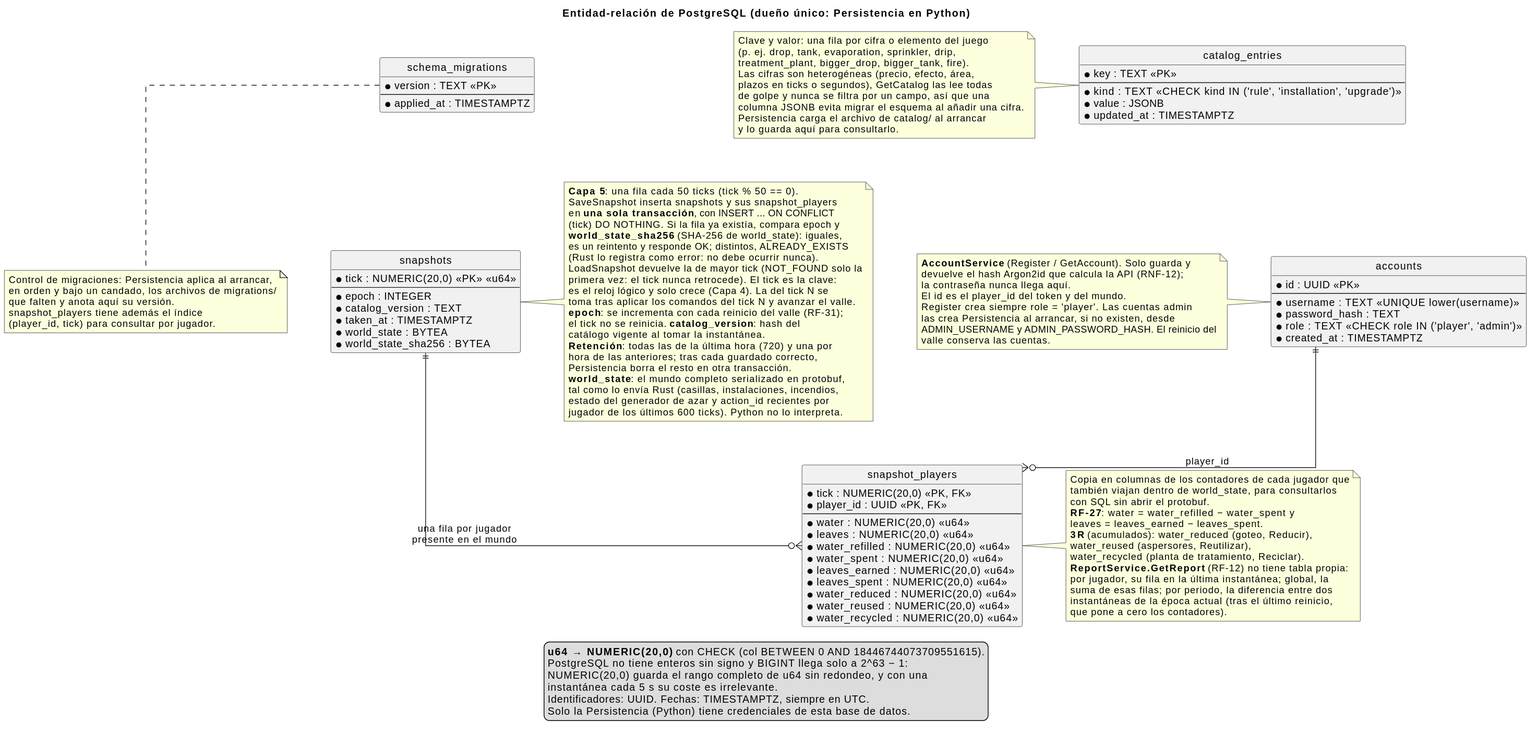
This is docs/diagrams/07-entidad-relacion.svg from iadev2005/hydrovalley, a PlantUML export, as it was before one commit.
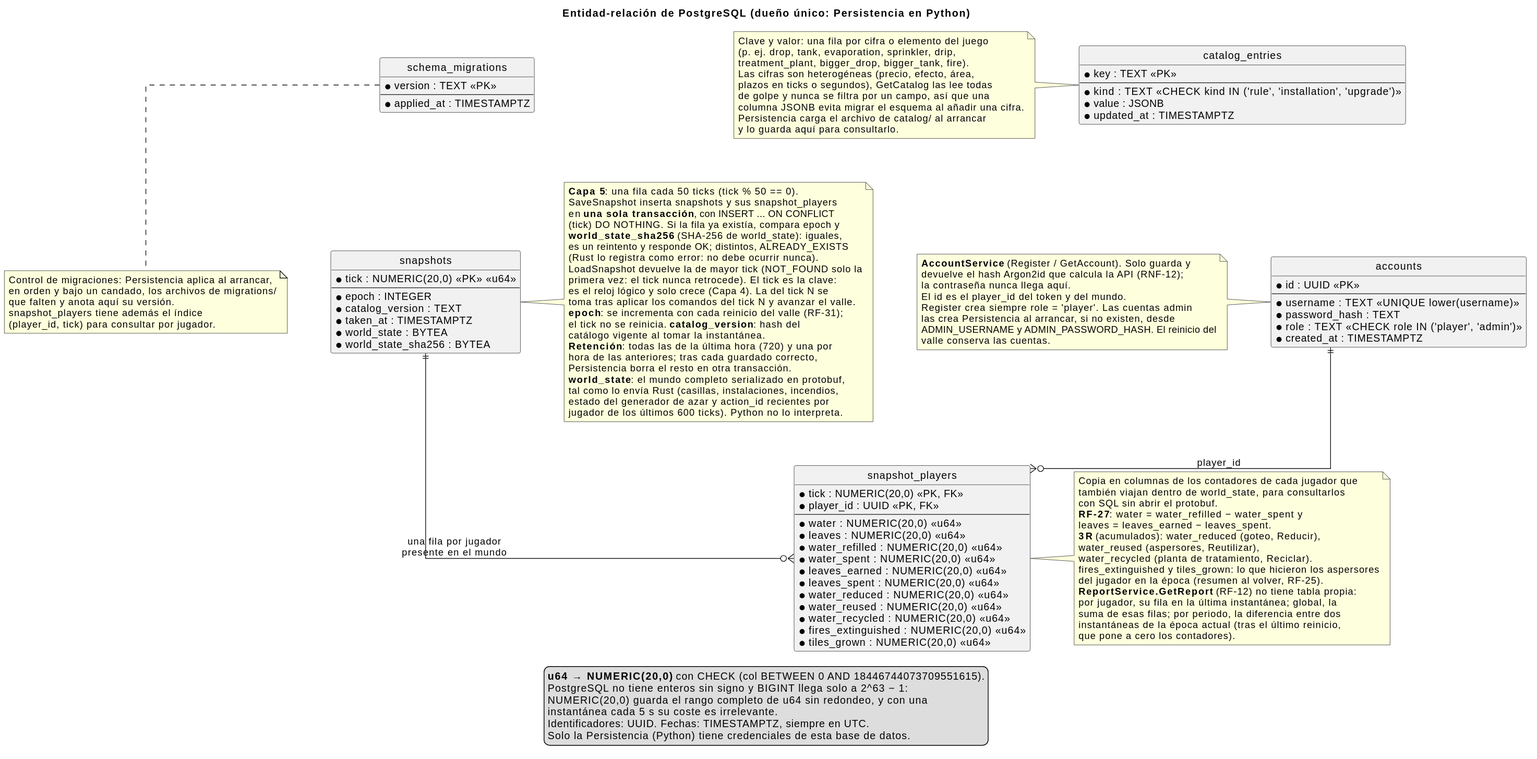
Above is the later version.

Commit message:
docs: regenerate the SVGs of diagrams 06 and 07

Change to the diagram source:
```diff
@@ -37,6 +37,8 @@
   * water_reduced : NUMERIC(20,0) <<u64>>
   * water_reused : NUMERIC(20,0) <<u64>>
   * water_recycled : NUMERIC(20,0) <<u64>>
+  * fires_extinguished : NUMERIC(20,0) <<u64>>
+  * tiles_grown : NUMERIC(20,0) <<u64>>
 }
 
 entity "catalog_entries" as catalog_entries {
@@ -92,6 +94,8 @@
   <b>3R</b> (acumulados): water_reduced (goteo, Reducir),
   water_reused (aspersores, Reutilizar),
   water_recycled (planta de tratamiento, Reciclar).
+  fires_extinguished y tiles_grown: lo que hicieron los aspersores
+  del jugador en la época (resumen al volver, RF-25).
   <b>ReportService.GetReport</b> (RF-12) no tiene tabla propia:
   por jugador, su fila en la última instantánea; global, la
   suma de esas filas; por periodo, la diferencia entre dos
```
